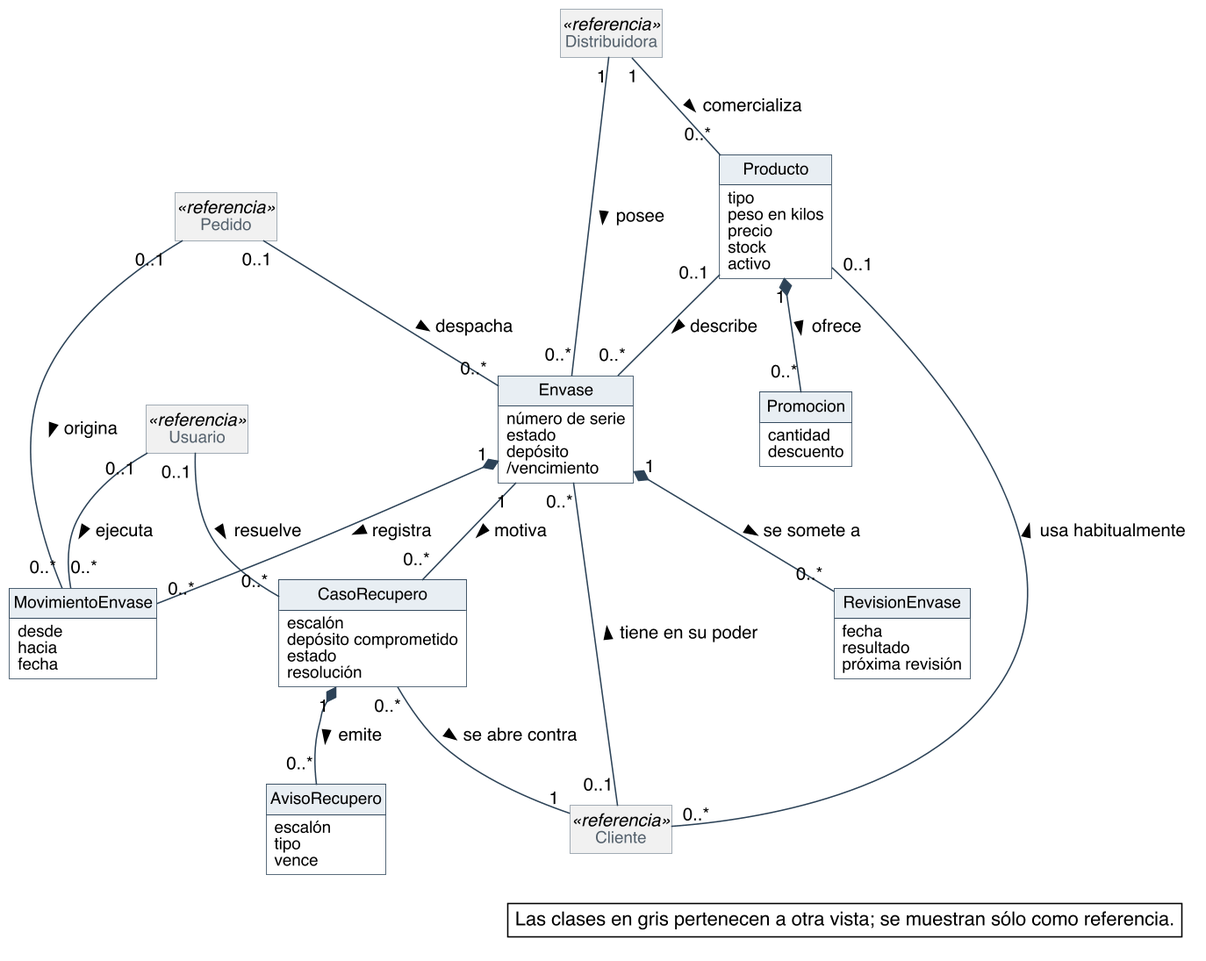
Nahuelito-Dev/splg-docs keeps this PlantUML diagram as diagramas/modelo-conceptual/MC_Envases.png. Above is the earlier version. Its diagram source:
```plantuml
@startuml
skinparam backgroundColor #FFFFFF
skinparam shadowing false
skinparam defaultFontName Helvetica
skinparam defaultFontSize 13
skinparam dpi 150
skinparam nodesep 40
skinparam ranksep 55
skinparam classAttributeIconSize 0
skinparam roundCorner 0
skinparam class {
  BorderColor #2C4257
  BackgroundColor #FFFFFF
  ArrowColor #2C4257
  FontSize 14
  AttributeFontSize 12
  HeaderBackgroundColor #E8EEF3
}
skinparam class<<referencia>> {
  BackgroundColor #F1F1F1
  BorderColor #8A97A3
  FontColor #55616C
}
skinparam note {
  BackgroundColor #FFFFFF
  BorderColor #2C4257
}
skinparam packageStyle rectangle
skinparam package {
  BorderColor #8A97A3
  FontSize 13
  FontColor #55616C
}
hide circle
hide methods
hide empty members

class Producto {
  tipo
  peso en kilos
  precio
  stock
  activo
}
class Promocion {
  cantidad
  descuento
}
class Envase {
  número de serie
  estado
  depósito
  /vencimiento
}
class MovimientoEnvase {
  desde
  hacia
  fecha
}
class RevisionEnvase {
  fecha
  resultado
  próxima revisión
}
class CasoRecupero {
  escalón
  depósito comprometido
  estado
  resolución
}
class AvisoRecupero {
  escalón
  tipo
  vence
}
class Cliente <<referencia>>
class Pedido <<referencia>>
class Usuario <<referencia>>
class Distribuidora <<referencia>>


Distribuidora "1" -- "0..*" Producto : comercializa >
Distribuidora "1" -- "0..*" Envase : posee >
Cliente "0..*" -- "0..1" Producto : usa habitualmente >
Producto "1" *-- "0..*" Promocion : ofrece >
Producto "0..1" -- "0..*" Envase : describe >
Envase "1" *-- "0..*" MovimientoEnvase : registra >
Envase "1" *-- "0..*" RevisionEnvase : se somete a >
Pedido "0..1" -- "0..*" MovimientoEnvase : origina >
Usuario "0..1" -- "0..*" MovimientoEnvase : ejecuta >
Cliente "0..1" -- "0..*" Envase : tiene en su poder >
Pedido "0..1" -- "0..*" Envase : despacha >
Envase "1" -- "0..*" CasoRecupero : motiva >
CasoRecupero "0..*" -- "1" Cliente : se abre contra >
Usuario "0..1" -- "0..*" CasoRecupero : resuelve >
CasoRecupero "1" *-- "0..*" AvisoRecupero : emite >

legend bottom right
  Las clases en gris pertenecen a otra vista; se muestran sólo como referencia.
endlegend
@enduml
```
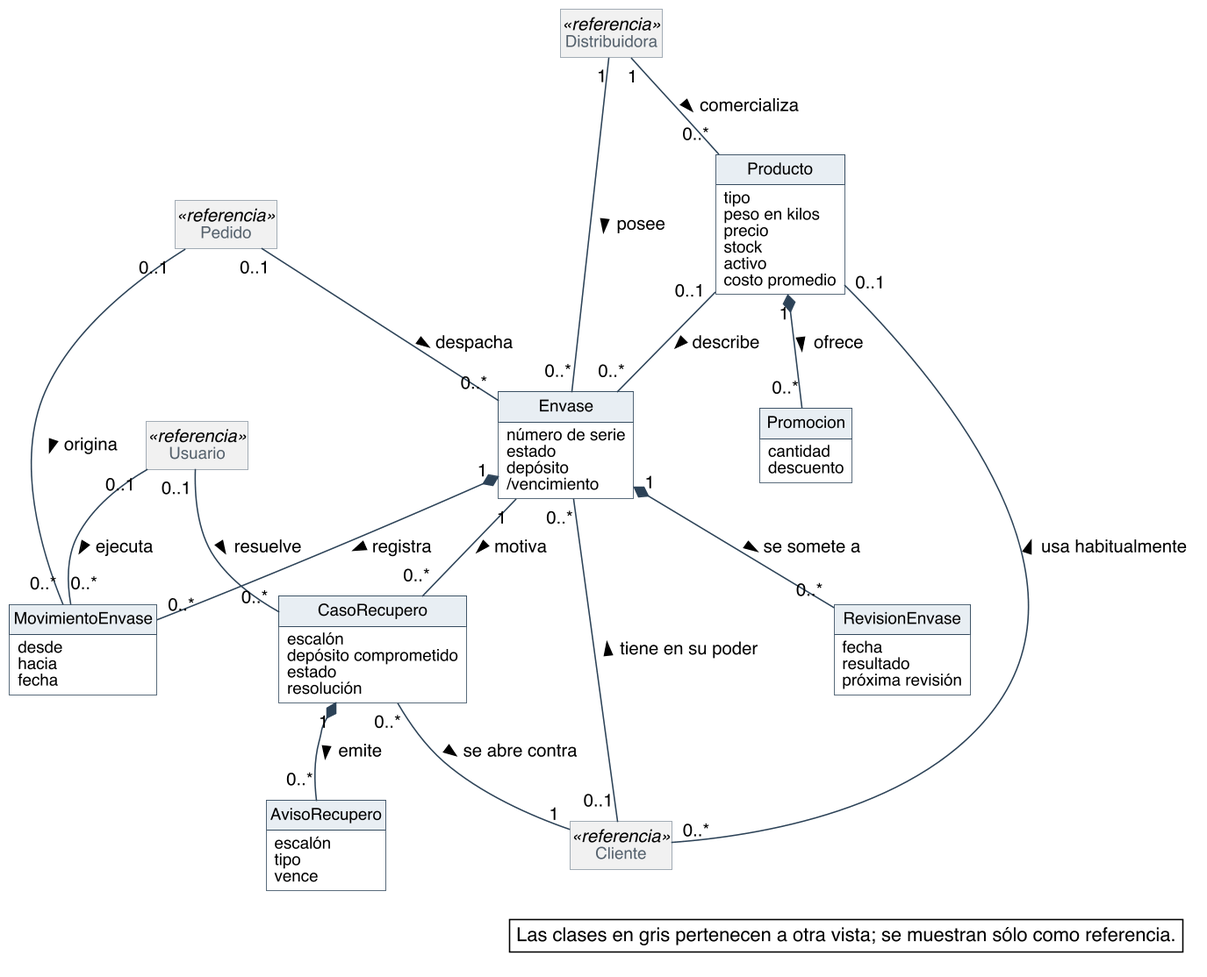
Later version of the same file.

Change to the diagram source:
```diff
@@ -41,6 +41,7 @@
   precio
   stock
   activo
+  costo promedio
 }
 class Promocion {
   cantidad
```
